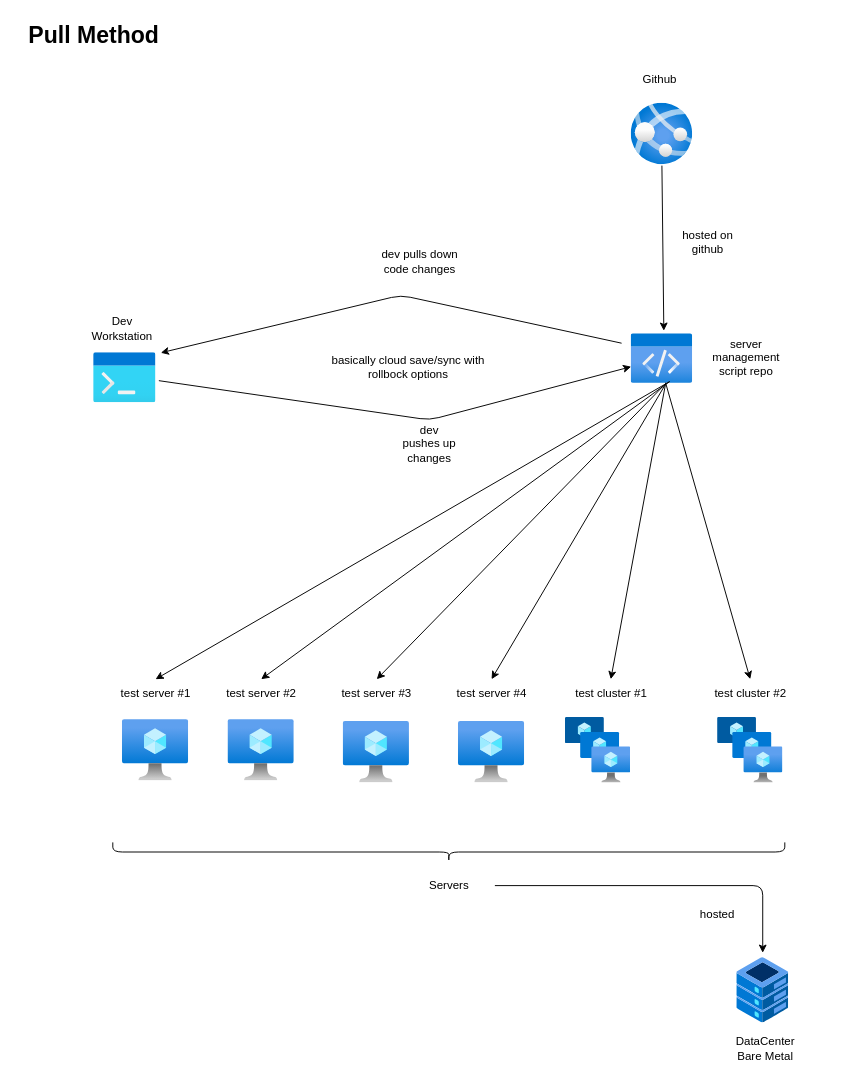
Before: assets/drawio/pull_model.drawio in besmith43/tool_docs, a draw.io diagram. Source tidied: cells renumbered, new cells numbered last; positions are measured from the earlier drawing's top-left corner, leaving out a move shared by most shapes. Both pictures are drawn from the tidied source at 96%, with x=0, y=0 at pixel (45, 16).
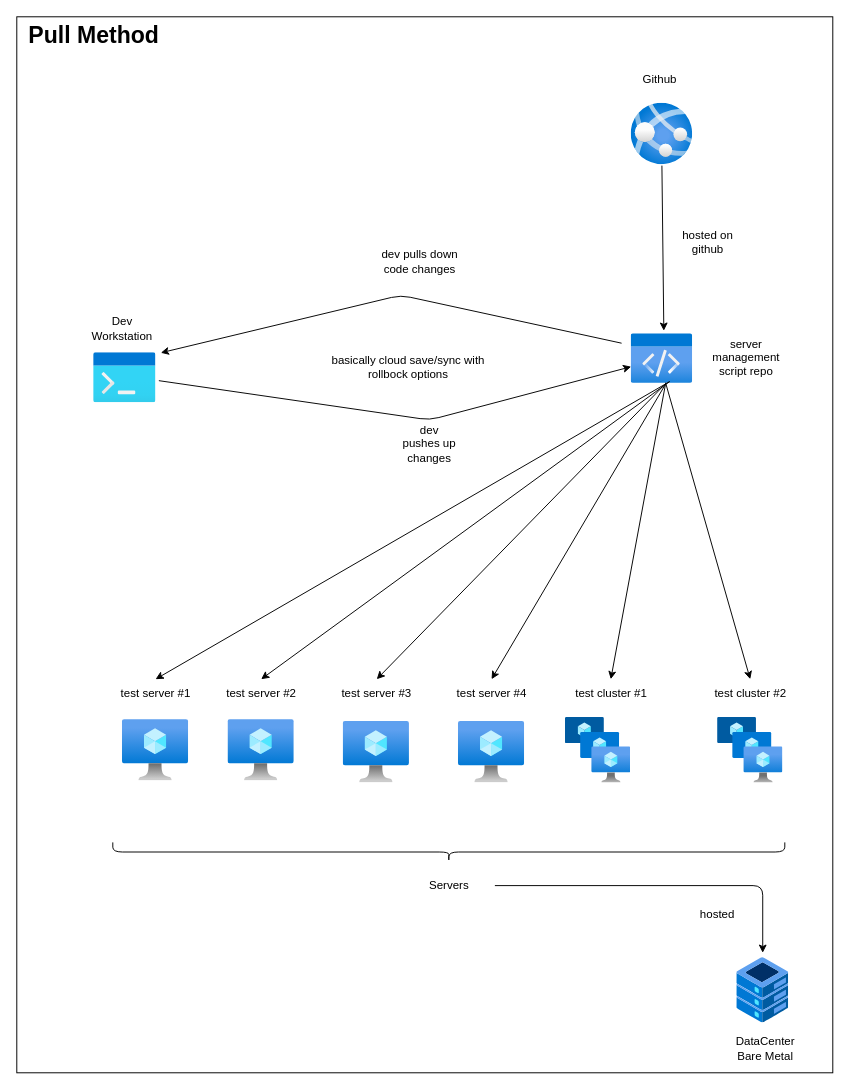
Above is the later version.

Diff of the diagram source:
```diff
@@
+    <mxCell id="40" style="rounded=0;whiteSpace=wrap;html=1;" parent="1" vertex="1">
+      <mxGeometry x="-30" width="850" height="1100" as="geometry" />
+    </mxCell>
```
